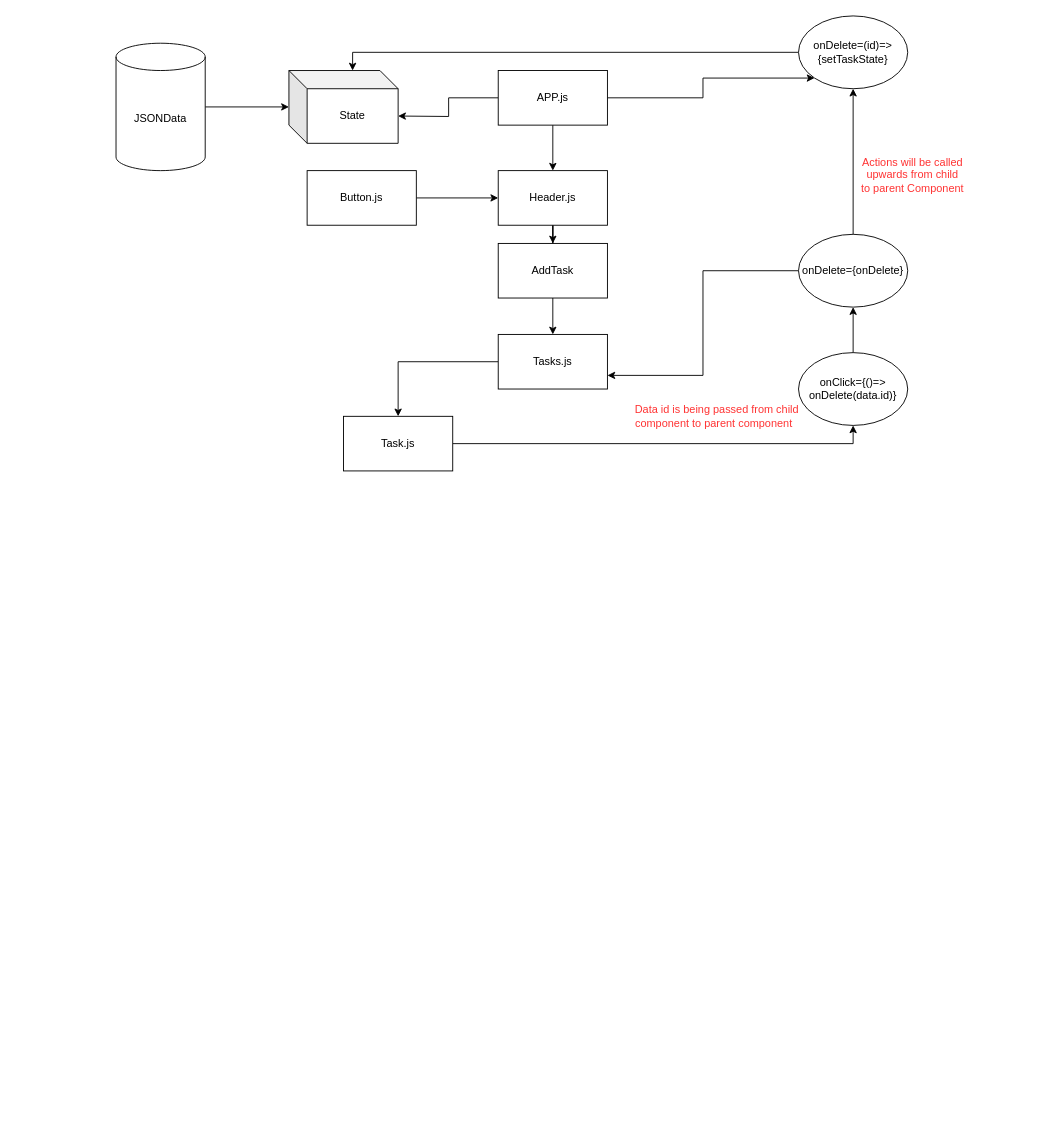
danju4rizzl/Task-Manager keeps this draw.io diagram as Task Manager Diagram.drawio. Above is the earlier version. Source tidied: cells renumbered, new cells numbered last; positions are measured from the earlier drawing's top-left corner, leaving out a move shared by most shapes. Both pictures are drawn from the tidied source at 91%, with x=0, y=0 at pixel (116, 15).
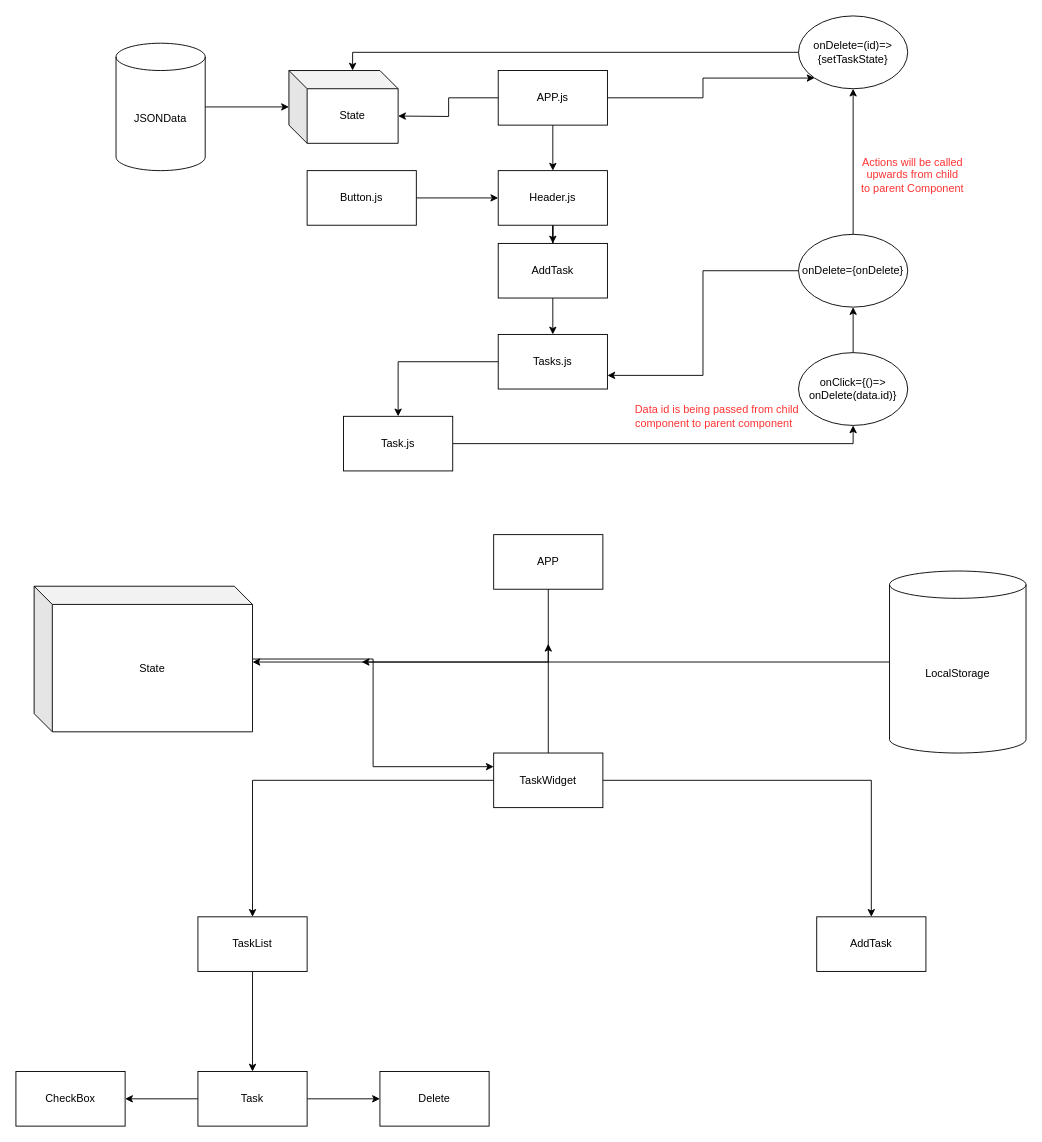
The same diagram, later.

The edit, as a diff of the source:
```diff
@@
+    <mxCell id="28" value="APP" style="rounded=0;whiteSpace=wrap;html=1;" parent="1" vertex="1">
+      <mxGeometry x="415" y="570" width="120" height="60" as="geometry" />
+    </mxCell>
+    <mxCell id="29" style="edgeStyle=orthogonalEdgeStyle;rounded=0;jettySize=auto;html=1;" parent="1" edge="1" source="32" target="33">
+      <mxGeometry relative="1" as="geometry" />
+    </mxCell>
+    <mxCell id="30" style="edgeStyle=orthogonalEdgeStyle;rounded=0;jettySize=auto;html=1;" parent="1" edge="1" source="32" target="35">
+      <mxGeometry relative="1" as="geometry" />
+    </mxCell>
+    <mxCell id="31" style="edgeStyle=orthogonalEdgeStyle;rounded=0;jettySize=auto;html=1;" parent="1" edge="1" source="32">
+      <mxGeometry relative="1" as="geometry">
+        <mxPoint x="475" y="690" as="targetPoint" />
+      </mxGeometry>
+    </mxCell>
+    <mxCell id="32" value="TaskWidget" style="rounded=0;whiteSpace=wrap;html=1;" parent="1" vertex="1">
+      <mxGeometry x="415" y="810" width="120" height="60" as="geometry" />
+    </mxCell>
+    <mxCell id="33" value="AddTask" style="rounded=0;whiteSpace=wrap;html=1;" parent="1" vertex="1">
+      <mxGeometry x="770" y="990" width="120" height="60" as="geometry" />
+    </mxCell>
+    <mxCell id="34" style="edgeStyle=orthogonalEdgeStyle;rounded=0;jettySize=auto;html=1;" parent="1" edge="1" source="35" target="38">
+      <mxGeometry relative="1" as="geometry" />
+    </mxCell>
+    <mxCell id="35" value="TaskList" style="rounded=0;whiteSpace=wrap;html=1;" parent="1" vertex="1">
+      <mxGeometry x="90" y="990" width="120" height="60" as="geometry" />
+    </mxCell>
+    <mxCell id="36" style="edgeStyle=orthogonalEdgeStyle;rounded=0;jettySize=auto;html=1;" parent="1" edge="1" source="38" target="39">
+      <mxGeometry relative="1" as="geometry" />
+    </mxCell>
+    <mxCell id="37" style="edgeStyle=orthogonalEdgeStyle;rounded=0;jettySize=auto;html=1;" parent="1" edge="1" source="38" target="40">
+      <mxGeometry relative="1" as="geometry" />
+    </mxCell>
+    <mxCell id="38" value="Task" style="rounded=0;whiteSpace=wrap;html=1;" parent="1" vertex="1">
+      <mxGeometry x="90" y="1160" width="120" height="60" as="geometry" />
+    </mxCell>
+    <mxCell id="39" value="CheckBox" style="rounded=0;whiteSpace=wrap;html=1;" parent="1" vertex="1">
+      <mxGeometry x="-110" y="1160" width="120" height="60" as="geometry" />
+    </mxCell>
+    <mxCell id="40" value="Delete" style="rounded=0;whiteSpace=wrap;html=1;" parent="1" vertex="1">
+      <mxGeometry x="290" y="1160" width="120" height="60" as="geometry" />
+    </mxCell>
+    <mxCell id="41" style="edgeStyle=orthogonalEdgeStyle;rounded=0;jettySize=auto;html=1;entryX=0;entryY=0.25;entryDx=0;entryDy=0;" parent="1" edge="1" source="42" target="32">
+      <mxGeometry relative="1" as="geometry" />
+    </mxCell>
+    <mxCell id="42" value="State" style="shape=cube;whiteSpace=wrap;html=1;boundedLbl=1;backgroundOutline=1;darkOpacity=0.05;darkOpacity2=0.1;" parent="1" vertex="1">
+      <mxGeometry x="-90" y="626.7" width="240" height="160" as="geometry" />
+    </mxCell>
+    <mxCell id="43" style="edgeStyle=orthogonalEdgeStyle;rounded=0;jettySize=auto;html=1;" parent="1" edge="1" source="28" target="42">
+      <mxGeometry relative="1" as="geometry">
+        <Array as="points">
+          <mxPoint x="475" y="710" />
+        </Array>
+      </mxGeometry>
+    </mxCell>
+    <mxCell id="44" style="edgeStyle=orthogonalEdgeStyle;rounded=0;jettySize=auto;html=1;" parent="1" edge="1" source="45">
+      <mxGeometry relative="1" as="geometry">
+        <mxPoint x="270" y="710" as="targetPoint" />
+      </mxGeometry>
+    </mxCell>
+    <mxCell id="45" value="LocalStorage" style="shape=cylinder3;whiteSpace=wrap;html=1;boundedLbl=1;backgroundOutline=1;size=15;" parent="1" vertex="1">
+      <mxGeometry x="850" y="610" width="150" height="200" as="geometry" />
+    </mxCell>
```
